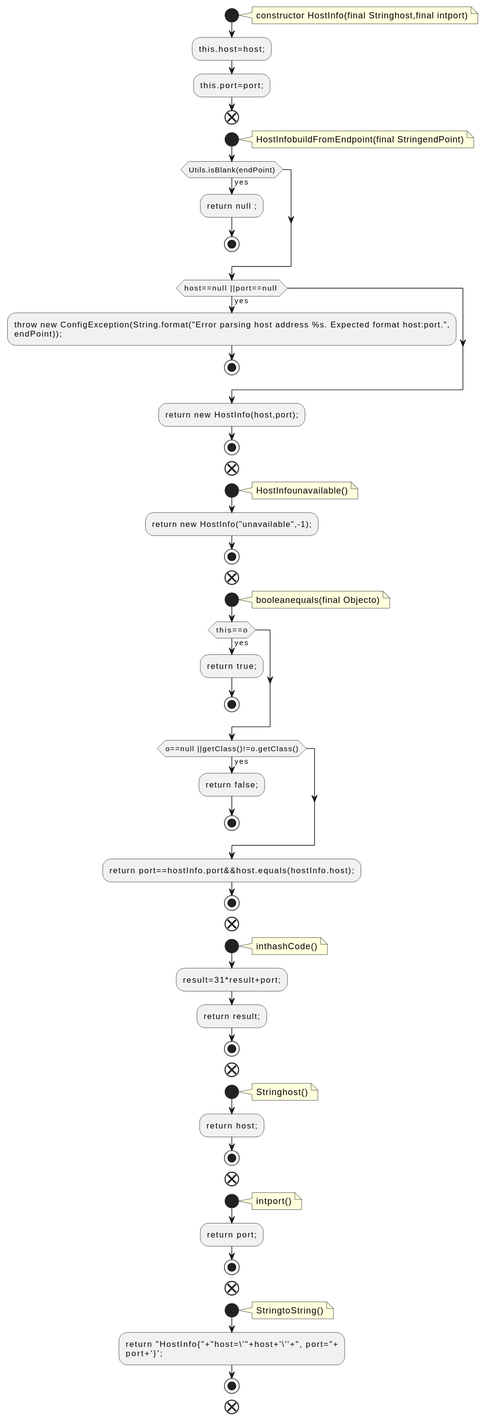
Before: docs/qc/streams/src/main/java/org/apache/kafka/streams/state/HostInfo.java.fct.svg, a diagram exported from PlantUML (qualitesys/kafka).
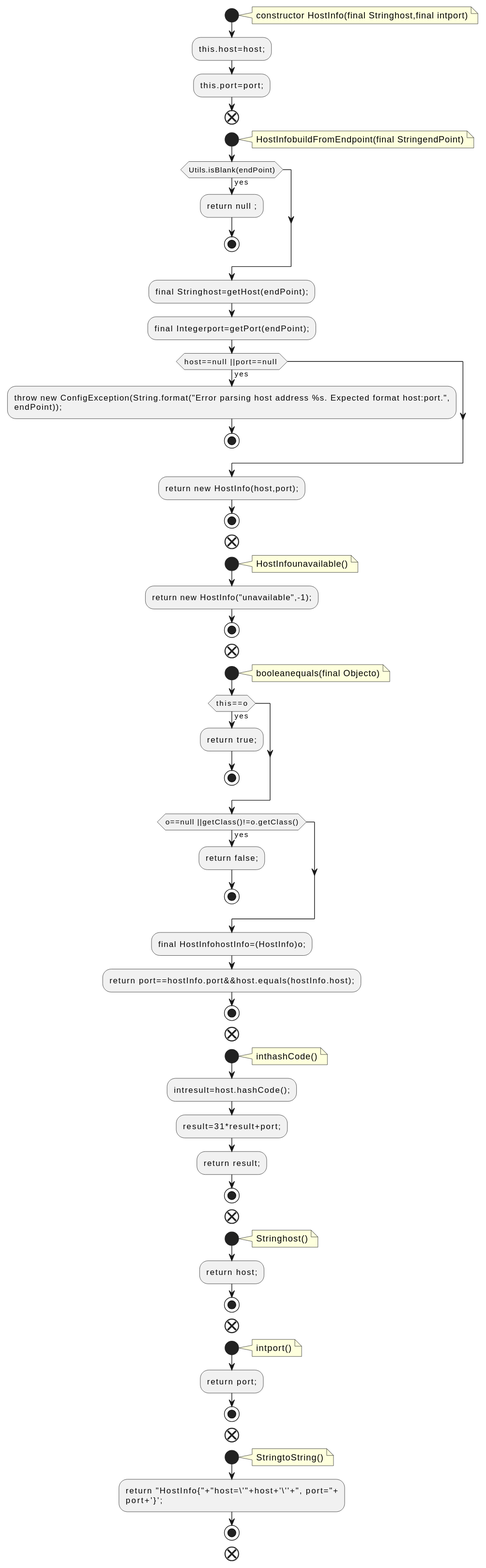
The same file after the commit.

Diff of the diagram source:
```diff
@@ -15,6 +15,8 @@
 :return null ;;
 stop
 endif
+:final Stringhost=getHost(endPoint);;
+:final Integerport=getPort(endPoint);;
 if (host==null ||port==null ) then (yes)
 :throw new ConfigException(String.format("Error parsing host address %s. Expected format host:port.",
 endPoint));;
@@ -42,6 +44,7 @@
 :return false;;
 stop
 endif
+:final HostInfohostInfo=(HostInfo)o;;
 :return port==hostInfo.port&&host.equals(hostInfo.host);;
 stop
 end
@@ -49,6 +52,7 @@
 note right
 inthashCode()
 end note
+:intresult=host.hashCode();;
 :result=31*result+port;;
 :return result;;
 stop
```
